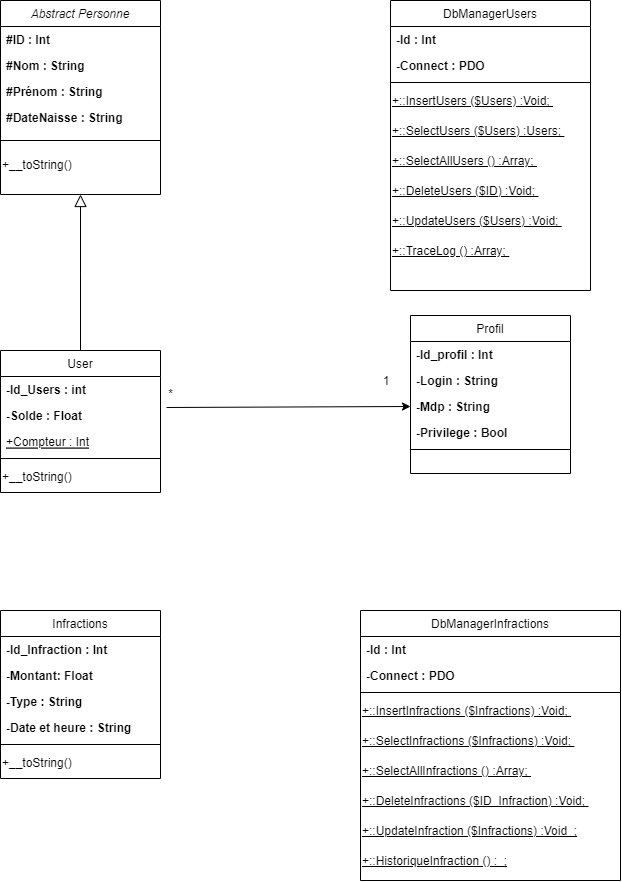
Ultymaut/travail_Perso_DWWM keeps this draw.io diagram as 11-TP8/extra/DiagrammeDeClassJurons.drawio.png. Above is the earlier version. Source tidied: cells renumbered, new cells last; positions are measured from the earlier drawing's top-left corner, leaving out a move shared by most shapes.
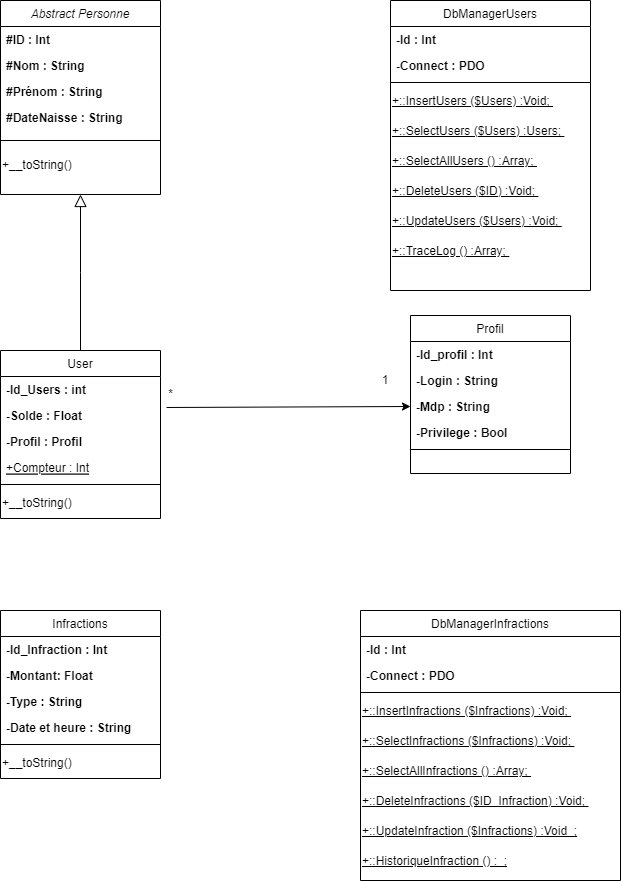
Above is the later version.

Change to the diagram source:
```diff
@@ -24,7 +24,7 @@
       <mxGeometry y="150" width="160" height="30" as="geometry" />
     </mxCell>
     <mxCell id="9" value="User" style="swimlane;fontStyle=0;align=center;verticalAlign=top;horizontal=1;startSize=26;rounded=0;shadow=0;strokeWidth=1;" parent="1" vertex="1">
-      <mxGeometry y="350" width="160" height="142" as="geometry" />
+      <mxGeometry y="350" width="160" height="168" as="geometry" />
     </mxCell>
     <mxCell id="10" value="-Id_Users : int" style="text;align=left;verticalAlign=top;spacingLeft=4;spacingRight=4;overflow=hidden;points=[[0,0.5],[1,0.5]];portConstraint=eastwest;fontStyle=1;" parent="9" vertex="1">
       <mxGeometry y="26" width="160" height="26" as="geometry" />
@@ -32,14 +32,17 @@
     <mxCell id="11" value="-Solde : Float" style="text;align=left;verticalAlign=top;spacingLeft=4;spacingRight=4;overflow=hidden;rounded=0;shadow=0;html=0;fontStyle=1;" parent="9" vertex="1">
       <mxGeometry y="52" width="160" height="26" as="geometry" />
     </mxCell>
+    <mxCell id="52" value="-Profil : Profil" style="text;align=left;verticalAlign=top;spacingLeft=4;spacingRight=4;overflow=hidden;rounded=0;shadow=0;html=0;fontStyle=1;" parent="9" vertex="1">
+      <mxGeometry y="78" width="160" height="26" as="geometry" />
+    </mxCell>
     <mxCell id="12" value="+Compteur : Int" style="text;align=left;verticalAlign=top;spacingLeft=4;spacingRight=4;overflow=hidden;rounded=0;shadow=0;html=0;fontStyle=4;" parent="9" vertex="1">
-      <mxGeometry y="78" width="160" height="26" as="geometry" />
+      <mxGeometry y="104" width="160" height="26" as="geometry" />
     </mxCell>
     <mxCell id="13" style="line;html=1;strokeWidth=1;align=left;verticalAlign=middle;spacingTop=-1;spacingLeft=3;spacingRight=3;labelPosition=right;" parent="9" vertex="1">
-      <mxGeometry y="104" width="160" height="8" as="geometry" />
+      <mxGeometry y="130" width="160" height="8" as="geometry" />
     </mxCell>
     <mxCell id="14" value="+__toString()" style="text;html=1;align=left;verticalAlign=middle;strokeColor=none;fillColor=none;" parent="9" vertex="1">
-      <mxGeometry y="112" width="160" height="30" as="geometry" />
+      <mxGeometry y="138" width="160" height="30" as="geometry" />
     </mxCell>
     <mxCell id="15" style="endArrow=block;endSize=10;endFill=0;shadow=0;strokeWidth=1;rounded=0;edgeStyle=elbowEdgeStyle;elbow=vertical;" parent="1" edge="1" source="9" target="2">
       <mxGeometry relative="1" as="geometry" />
```
